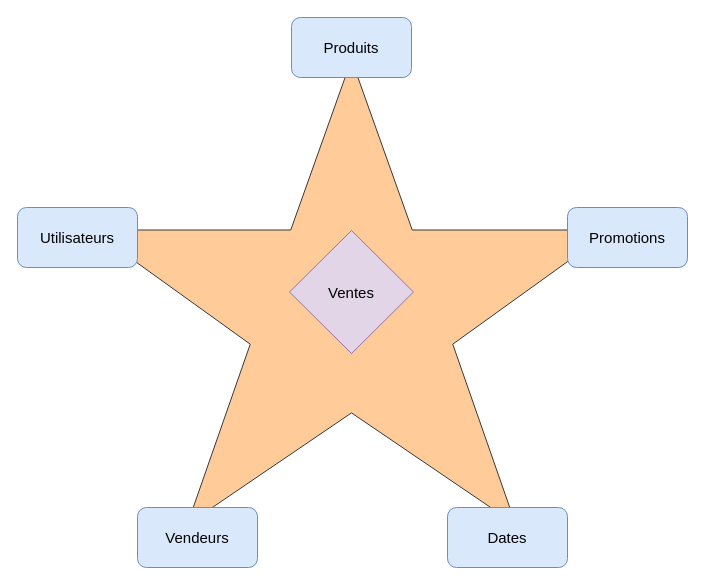
Earlier version of the draw.io diagram HMIN122M/projet/star.drawio (DocAmaroo/M1Aigle). Source tidied: cells renumbered, new cells numbered last; positions are measured from the earlier drawing's top-left corner, leaving out a move shared by most shapes. Both pictures are drawn from the tidied source at 100%, with x=0, y=0 at pixel (17, 17).
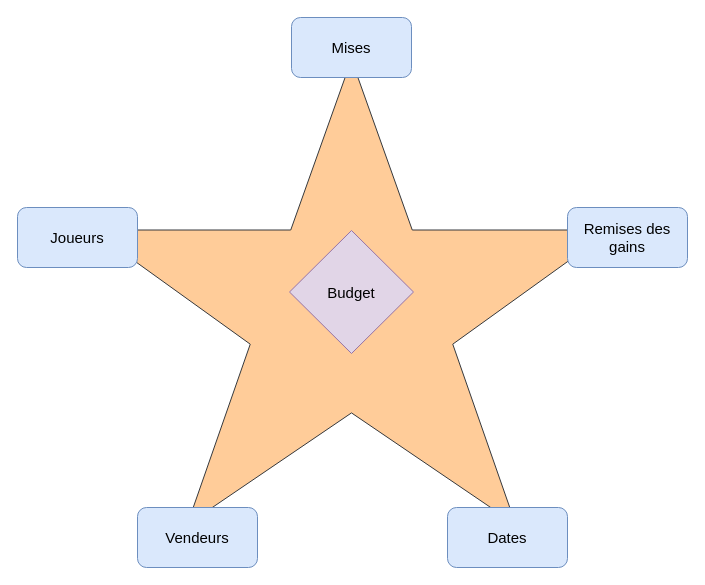
The same diagram, later.

Diff of the diagram source:
```diff
@@
 <mxGraphModel>
   <root>
     <mxCell id="0" />
     <mxCell id="1" parent="0" />
     <mxCell id="2" style="verticalLabelPosition=bottom;verticalAlign=top;html=1;shape=mxgraph.basic.star;fillColor=#ffcc99;strokeColor=#36393d;" parent="1" vertex="1">
       <mxGeometry x="74" y="42" width="520" height="465" as="geometry" />
     </mxCell>
-    <mxCell id="3" value="Utilisateurs" style="rounded=1;whiteSpace=wrap;html=1;fontSize=15;fillColor=#dae8fc;strokeColor=#6c8ebf;" parent="1" vertex="1">
+    <mxCell id="3" value="Joueurs" style="rounded=1;whiteSpace=wrap;html=1;fontSize=15;fillColor=#dae8fc;strokeColor=#6c8ebf;" parent="1" vertex="1">
       <mxGeometry y="190" width="120" height="60" as="geometry" />
     </mxCell>
-    <mxCell id="4" value="&lt;font style=&quot;font-size: 15px&quot;&gt;Promotions&lt;/font&gt;" style="rounded=1;whiteSpace=wrap;html=1;fillColor=#dae8fc;strokeColor=#6c8ebf;" parent="1" vertex="1">
+    <mxCell id="4" value="&lt;font style=&quot;font-size: 15px&quot;&gt;Remises des gains&lt;br&gt;&lt;/font&gt;" style="rounded=1;whiteSpace=wrap;html=1;fillColor=#dae8fc;strokeColor=#6c8ebf;" parent="1" vertex="1">
       <mxGeometry x="550" y="190" width="120" height="60" as="geometry" />
     </mxCell>
-    <mxCell id="5" value="&lt;font style=&quot;font-size: 15px&quot;&gt;Produits&lt;/font&gt;" style="rounded=1;whiteSpace=wrap;html=1;fillColor=#dae8fc;strokeColor=#6c8ebf;" parent="1" vertex="1">
+    <mxCell id="5" value="&lt;span style=&quot;font-size: 15px&quot;&gt;Mises&lt;/span&gt;" style="rounded=1;whiteSpace=wrap;html=1;fillColor=#dae8fc;strokeColor=#6c8ebf;" parent="1" vertex="1">
       <mxGeometry x="274" width="120" height="60" as="geometry" />
     </mxCell>
     <mxCell id="6" value="Vendeurs" style="rounded=1;whiteSpace=wrap;html=1;fontSize=15;fillColor=#dae8fc;strokeColor=#6c8ebf;" parent="1" vertex="1">
       <mxGeometry x="120" y="490" width="120" height="60" as="geometry" />
     </mxCell>
     <mxCell id="7" value="Dates" style="rounded=1;whiteSpace=wrap;html=1;fontSize=15;fillColor=#dae8fc;strokeColor=#6c8ebf;" parent="1" vertex="1">
       <mxGeometry x="430" y="490" width="120" height="60" as="geometry" />
     </mxCell>
-    <mxCell id="8" value="Ventes" style="rhombus;whiteSpace=wrap;html=1;fontSize=15;fillColor=#e1d5e7;strokeColor=#9673a6;" parent="1" vertex="1">
+    <mxCell id="8" value="Budget" style="rhombus;whiteSpace=wrap;html=1;fontSize=15;fillColor=#e1d5e7;strokeColor=#9673a6;" parent="1" vertex="1">
       <mxGeometry x="272" y="213" width="124" height="123" as="geometry" />
     </mxCell>
   </root>
 </mxGraphModel>
```
